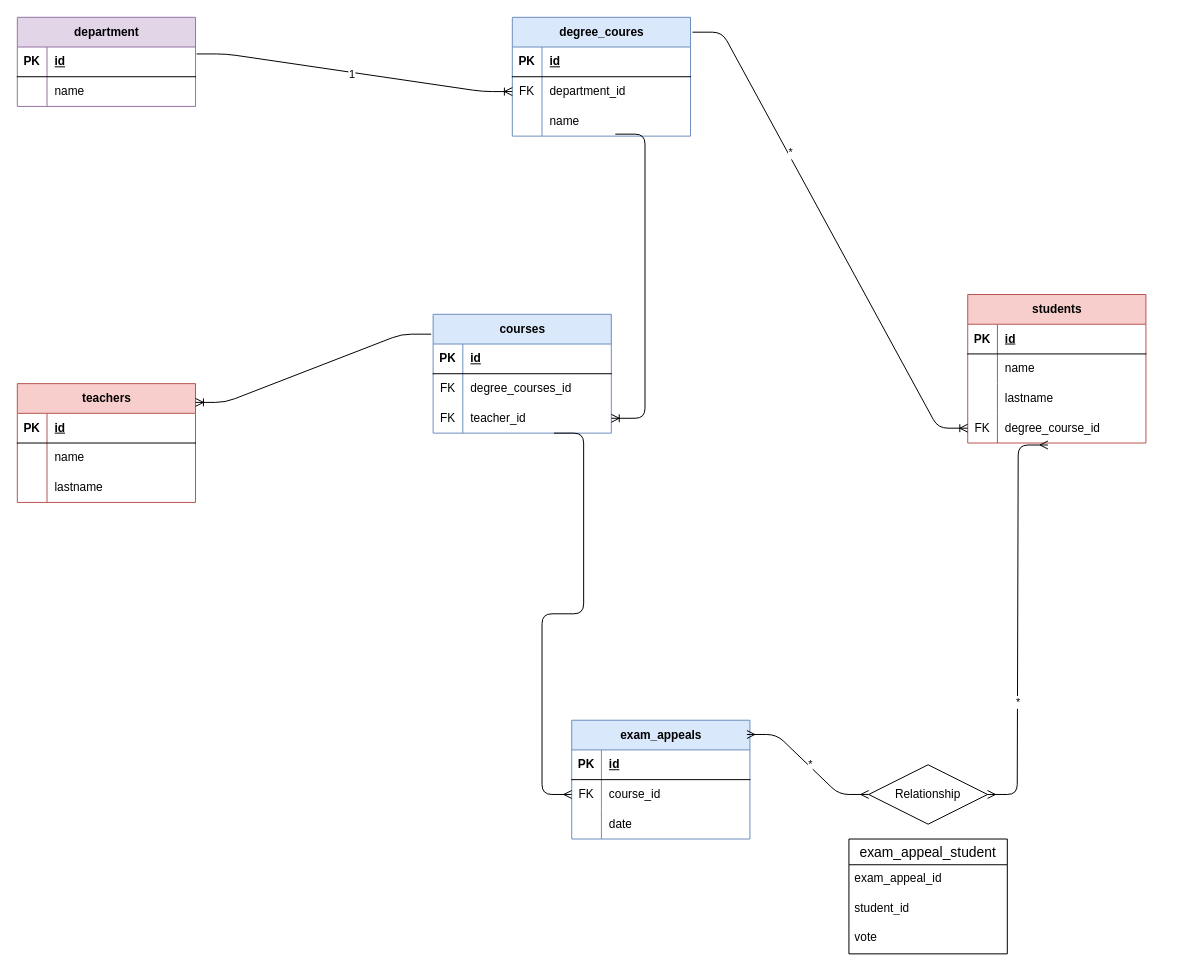
The draw.io diagram univeristy.drawio in mattiacoli/db-university, before the edit. Source tidied: cells renumbered, new cells numbered last; positions are measured from the earlier drawing's top-left corner, leaving out a move shared by most shapes. Both pictures are drawn from the tidied source at 99%, with x=0, y=0 at pixel (17, -448).
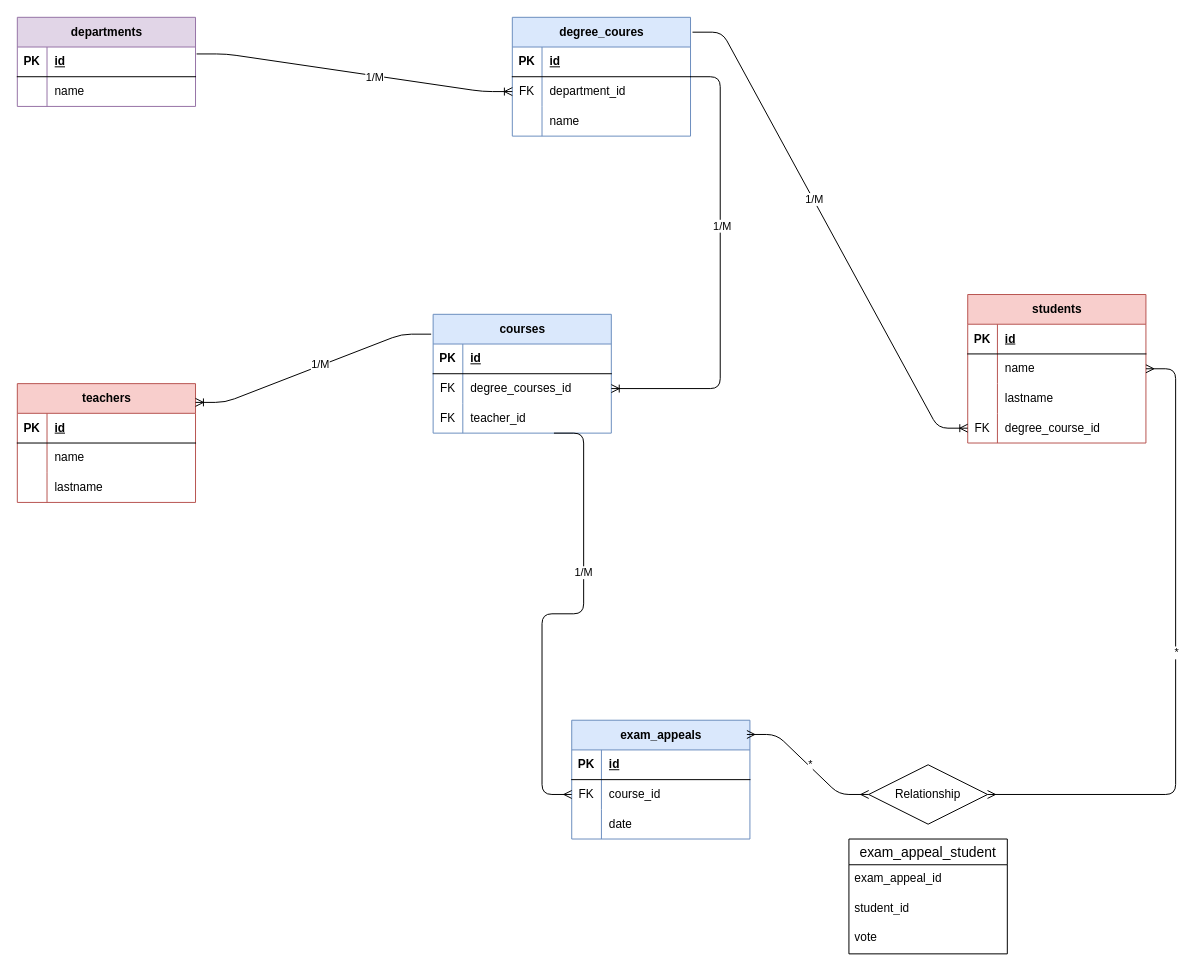
After the change.

Commit message (it also covers changes not shown here):
Update university.drawio and university.png: correct department naming and adjust diagram layout

The change refers to these unchanged cells:
```xml
<mxCell id="9" value="degree_coures" style="shape=table;startSize=30;childLayout=tableLayout;rowLines=0;fontStyle=1;align=center;html=1;fillColor=#dae8fc;strokeColor=#6c8ebf;" parent="1" vertex="1">
  <mxGeometry x="500" y="470" width="180" height="120" as="geometry" />
</mxCell>
<mxCell id="19" style="edgeStyle=entityRelationEdgeStyle;fontSize=12;html=1;endArrow=ERoneToMany;exitX=1.006;exitY=0.233;exitDx=0;exitDy=0;exitPerimeter=0;entryX=0;entryY=0.5;entryDx=0;entryDy=0;" parent="1" edge="1" source="3" target="13">
  <mxGeometry relative="1" as="geometry">
    <Array as="points">
      <mxPoint x="90" />
    </Array>
  </mxGeometry>
</mxCell>
<mxCell id="25" style="shape=tableRow;horizontal=0;startSize=0;swimlaneHead=0;swimlaneBody=0;fillColor=none;points=[[0,0.5],[1,0.5]];portConstraint=eastwest;top=0;left=0;right=0;bottom=0;" parent="21" vertex="1">
  <mxGeometry y="60" width="180" height="30" as="geometry" />
</mxCell>
<mxCell id="28" style="shape=tableRow;horizontal=0;startSize=0;swimlaneHead=0;swimlaneBody=0;fillColor=none;points=[[0,0.5],[1,0.5]];portConstraint=eastwest;top=0;left=0;right=0;bottom=0;" parent="21" vertex="1">
  <mxGeometry y="90" width="180" height="30" as="geometry" />
</mxCell>
<mxCell id="52" value="students" style="shape=table;startSize=30;childLayout=tableLayout;rowLines=0;fontStyle=1;align=center;html=1;fillColor=#f8cecc;strokeColor=#b85450;" parent="1" vertex="1">
  <mxGeometry x="960" y="750" width="180" height="150" as="geometry" />
</mxCell>
<mxCell id="62" style="shape=tableRow;horizontal=0;startSize=0;swimlaneHead=0;swimlaneBody=0;fillColor=none;points=[[0,0.5],[1,0.5]];portConstraint=eastwest;top=0;left=0;right=0;bottom=0;" parent="52" vertex="1">
  <mxGeometry y="120" width="180" height="30" as="geometry" />
</mxCell>
<mxCell id="65" style="edgeStyle=entityRelationEdgeStyle;fontSize=12;html=1;endArrow=ERoneToMany;entryX=0;entryY=0.5;entryDx=0;entryDy=0;exitX=1.011;exitY=0.125;exitDx=0;exitDy=0;exitPerimeter=0;" parent="1" edge="1" source="9" target="62">
  <mxGeometry relative="1" as="geometry" />
</mxCell>
<mxCell id="71" value="Relationship" style="shape=rhombus;perimeter=rhombusPerimeter;whiteSpace=wrap;html=1;align=center;" parent="1" vertex="1">
  <mxGeometry x="860" y="1225" width="120" height="60" as="geometry" />
</mxCell>
<mxCell id="76" style="edgeStyle=entityRelationEdgeStyle;fontSize=12;html=1;endArrow=ERmany;exitX=0.678;exitY=1;exitDx=0;exitDy=0;exitPerimeter=0;entryX=0;entryY=0.5;entryDx=0;entryDy=0;" parent="1" edge="1" source="28" target="46">
  <mxGeometry relative="1" as="geometry">
    <Array as="points">
      <mxPoint x="600" y="890" />
    </Array>
  </mxGeometry>
</mxCell>
<mxCell id="77" style="edgeStyle=entityRelationEdgeStyle;fontSize=12;html=1;endArrow=ERoneToMany;exitX=-0.011;exitY=0.167;exitDx=0;exitDy=0;exitPerimeter=0;entryX=1;entryY=0.158;entryDx=0;entryDy=0;entryPerimeter=0;" parent="1" edge="1" source="21" target="32">
  <mxGeometry relative="1" as="geometry" />
</mxCell>
```

Diff of the diagram source:
```diff
@@
-    <mxCell id="2" value="department" style="shape=table;startSize=30;childLayout=tableLayout;rowLines=0;fontStyle=1;align=center;html=1;fillColor=#e1d5e7;strokeColor=#9673a6;" parent="1" vertex="1">
+    <mxCell id="2" value="departments" style="shape=table;startSize=30;childLayout=tableLayout;rowLines=0;fontStyle=1;align=center;html=1;fillColor=#e1d5e7;strokeColor=#9673a6;" parent="1" vertex="1">
       <mxGeometry y="470" width="180" height="90" as="geometry" />
     </mxCell>
@@
-    <mxCell id="20" value="1" style="edgeLabel;html=1;align=center;verticalAlign=middle;" parent="19" vertex="1">
-      <mxGeometry x="-0.02" y="-1" relative="1" as="geometry">
-        <mxPoint y="1" as="offset" />
-      </mxGeometry>
-    </mxCell>
@@
-    <mxCell id="31" style="edgeStyle=entityRelationEdgeStyle;fontSize=12;html=1;endArrow=ERoneToMany;entryX=1;entryY=0.5;entryDx=0;entryDy=0;" parent="1" edge="1" target="28">
-      <mxGeometry relative="1" as="geometry">
-        <mxPoint x="604" y="588" as="sourcePoint" />
-      </mxGeometry>
+    <mxCell id="31" style="edgeStyle=entityRelationEdgeStyle;fontSize=12;html=1;endArrow=ERoneToMany;entryX=1;entryY=0.5;entryDx=0;entryDy=0;" parent="1" edge="1" source="9" target="25">
+      <mxGeometry relative="1" as="geometry" />
     </mxCell>
+    <mxCell id="78" value="1/M" style="edgeLabel;html=1;align=center;verticalAlign=middle;" parent="31" vertex="1">
+      <mxGeometry x="-0.21" y="1" relative="1" as="geometry" />
+    </mxCell>
@@
-    <mxCell id="66" value="*" style="edgeLabel;html=1;align=center;verticalAlign=middle;" parent="65" vertex="1">
-      <mxGeometry x="-0.34" y="2" relative="1" as="geometry" />
-    </mxCell>
+    <mxCell id="79" value="1/M" style="edgeLabel;html=1;align=center;verticalAlign=middle;" parent="65" vertex="1">
+      <mxGeometry x="-0.14" y="1" relative="1" as="geometry" />
+    </mxCell>
-    <mxCell id="67" style="edgeStyle=entityRelationEdgeStyle;fontSize=12;html=1;endArrow=ERmany;startArrow=ERmany;entryX=0.45;entryY=1.067;entryDx=0;entryDy=0;entryPerimeter=0;exitX=1;exitY=0.5;exitDx=0;exitDy=0;" parent="1" edge="1" source="71" target="62">
+    <mxCell id="67" style="edgeStyle=entityRelationEdgeStyle;fontSize=12;html=1;endArrow=ERmany;startArrow=ERmany;exitX=1;exitY=0.5;exitDx=0;exitDy=0;" parent="1" edge="1" source="71" target="52">
       <mxGeometry relative="1" as="geometry" />
     </mxCell>
     <mxCell id="68" value="*" style="edgeLabel;html=1;align=center;verticalAlign=middle;" parent="67" vertex="1">
       <mxGeometry x="-0.4" y="-5" relative="1" as="geometry">
-        <mxPoint x="-5" as="offset" />
+        <mxPoint x="-5" y="-139" as="offset" />
       </mxGeometry>
     </mxCell>
@@
+    <mxCell id="80" value="1/M" style="edgeLabel;html=1;align=center;verticalAlign=middle;" parent="76" vertex="1">
+      <mxGeometry x="-0.27" y="-1" relative="1" as="geometry" />
+    </mxCell>
@@
+    <mxCell id="81" value="1/M" style="edgeLabel;html=1;align=center;verticalAlign=middle;" parent="77" vertex="1">
+      <mxGeometry x="-0.06" y="-1" relative="1" as="geometry" />
+    </mxCell>
+    <mxCell id="82" value="1/M" style="edgeLabel;html=1;align=center;verticalAlign=middle;" parent="1" vertex="1">
+      <mxGeometry x="360" y="530" as="geometry" />
+    </mxCell>
```
